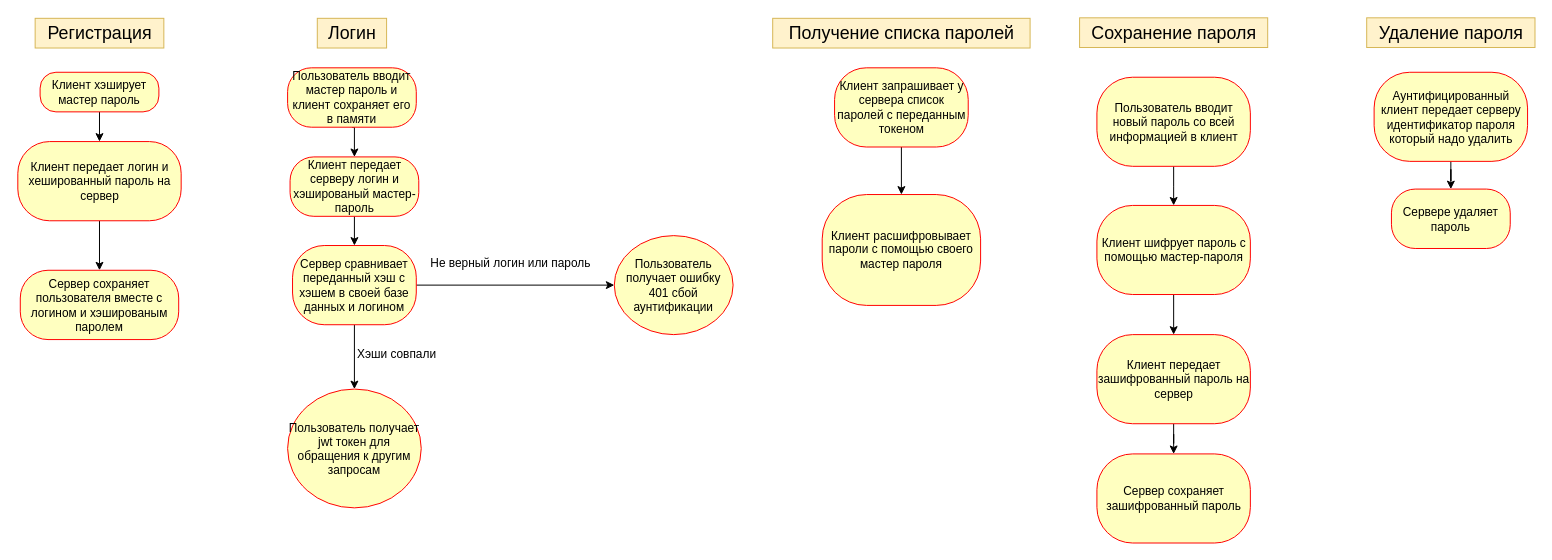
The draw.io diagram drawio/kanban.drawio in ilya372317/keeper-pass, before the edit. Source tidied: cells renumbered, new cells numbered last; positions are measured from the earlier drawing's top-left corner, leaving out a move shared by most shapes. Both pictures are drawn from the tidied source at 99%, with x=0, y=0 at pixel (18, 18).
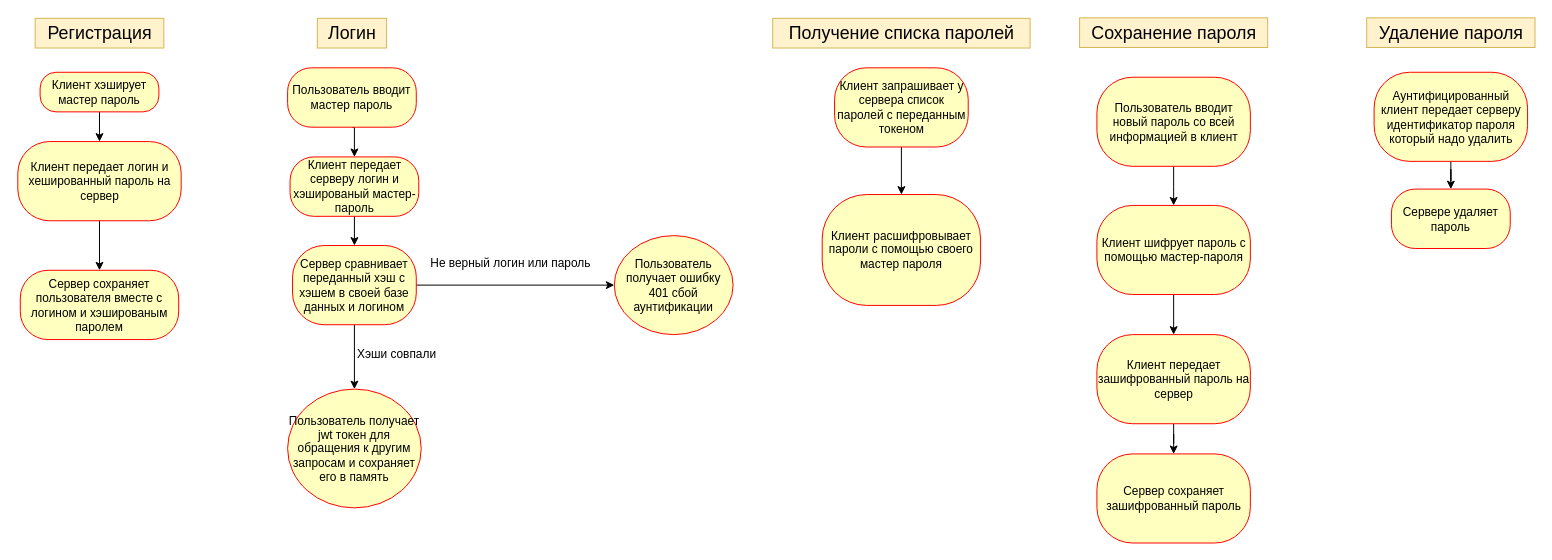
The same diagram, later.

Commit message:
Правка описания логина

Diff of the diagram source:
```diff
@@
-    <mxCell id="21" value="Пользователь получает jwt токен для обращения к другим запросам" style="ellipse;whiteSpace=wrap;html=1;fillColor=#ffffc0;strokeColor=#ff0000;fontColor=#000000;rounded=1;arcSize=40;" parent="1" vertex="1">
+    <mxCell id="21" value="Пользователь получает jwt токен для обращения к другим запросам и сохраняет его в память" style="ellipse;whiteSpace=wrap;html=1;fillColor=#ffffc0;strokeColor=#ff0000;fontColor=#000000;rounded=1;arcSize=40;" parent="1" vertex="1">
       <mxGeometry x="272" y="374.5" width="135" height="120" as="geometry" />
     </mxCell>
@@
-    <mxCell id="26" value="Пользователь вводит мастер пароль и клиент сохраняет его в памяти" style="rounded=1;whiteSpace=wrap;html=1;arcSize=40;fontColor=#000000;fillColor=#ffffc0;strokeColor=#ff0000;" parent="1" vertex="1">
+    <mxCell id="26" value="Пользователь вводит мастер пароль" style="rounded=1;whiteSpace=wrap;html=1;arcSize=40;fontColor=#000000;fillColor=#ffffc0;strokeColor=#ff0000;" parent="1" vertex="1">
       <mxGeometry x="272" y="50" width="130" height="60" as="geometry" />
     </mxCell>
```
